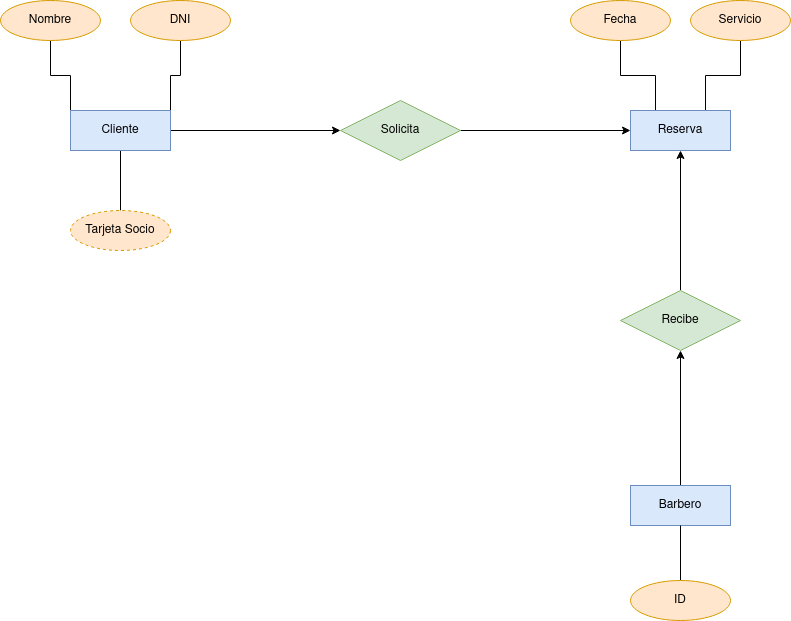
This is doc/Entidad relacion/ES-Modelo_entidad_relacion.drawio.png from colidom/proyecto-ets, a draw.io export, as it was before one commit. Source tidied: cells renumbered, new cells last; positions are measured from the earlier drawing's top-left corner, leaving out a move shared by most shapes. Source of this version:
```xml
<mxGraphModel>
  <root>
    <mxCell id="0" />
    <mxCell id="1" parent="0" />
    <mxCell id="2" style="edgeStyle=orthogonalEdgeStyle;rounded=0;jettySize=auto;html=1;exitX=1;exitY=0.5;exitDx=0;exitDy=0;entryX=0;entryY=0.5;entryDx=0;entryDy=0;" parent="1" edge="1" source="6" target="8">
      <mxGeometry relative="1" as="geometry" />
    </mxCell>
    <mxCell id="3" style="edgeStyle=orthogonalEdgeStyle;rounded=0;jettySize=auto;html=1;exitX=0;exitY=0;exitDx=0;exitDy=0;entryX=0.5;entryY=1;entryDx=0;entryDy=0;endArrow=none;endFill=0;" parent="1" edge="1" source="6" target="20">
      <mxGeometry relative="1" as="geometry" />
    </mxCell>
    <mxCell id="4" style="edgeStyle=orthogonalEdgeStyle;rounded=0;jettySize=auto;html=1;exitX=1;exitY=0;exitDx=0;exitDy=0;entryX=0.5;entryY=1;entryDx=0;entryDy=0;endArrow=none;endFill=0;" parent="1" edge="1" source="6" target="21">
      <mxGeometry relative="1" as="geometry" />
    </mxCell>
    <mxCell id="5" style="edgeStyle=orthogonalEdgeStyle;rounded=0;jettySize=auto;html=1;exitX=0.5;exitY=1;exitDx=0;exitDy=0;entryX=0.5;entryY=0;entryDx=0;entryDy=0;endArrow=none;endFill=0;" parent="1" edge="1" source="6" target="22">
      <mxGeometry relative="1" as="geometry" />
    </mxCell>
    <mxCell id="6" value="Cliente" style="whiteSpace=wrap;html=1;align=center;fillColor=#dae8fc;strokeColor=#6c8ebf;" parent="1" vertex="1">
      <mxGeometry x="70" y="110" width="100" height="40" as="geometry" />
    </mxCell>
    <mxCell id="7" style="edgeStyle=orthogonalEdgeStyle;rounded=0;jettySize=auto;html=1;exitX=1;exitY=0.5;exitDx=0;exitDy=0;entryX=0;entryY=0.5;entryDx=0;entryDy=0;" parent="1" edge="1" source="8" target="11">
      <mxGeometry relative="1" as="geometry" />
    </mxCell>
    <mxCell id="8" value="Solicita" style="shape=rhombus;perimeter=rhombusPerimeter;whiteSpace=wrap;html=1;align=center;fillColor=#d5e8d4;strokeColor=#82b366;" parent="1" vertex="1">
      <mxGeometry x="340" y="100" width="120" height="60" as="geometry" />
    </mxCell>
    <mxCell id="9" style="edgeStyle=orthogonalEdgeStyle;rounded=0;jettySize=auto;html=1;exitX=0.25;exitY=0;exitDx=0;exitDy=0;entryX=0.5;entryY=1;entryDx=0;entryDy=0;endArrow=none;endFill=0;" parent="1" edge="1" source="11" target="19">
      <mxGeometry relative="1" as="geometry" />
    </mxCell>
    <mxCell id="10" style="edgeStyle=orthogonalEdgeStyle;rounded=0;jettySize=auto;html=1;exitX=0.75;exitY=0;exitDx=0;exitDy=0;entryX=0.5;entryY=1;entryDx=0;entryDy=0;endArrow=none;endFill=0;" parent="1" edge="1" source="11" target="18">
      <mxGeometry relative="1" as="geometry" />
    </mxCell>
    <mxCell id="11" value="Reserva" style="whiteSpace=wrap;html=1;align=center;fillColor=#dae8fc;strokeColor=#6c8ebf;" parent="1" vertex="1">
      <mxGeometry x="630" y="110" width="100" height="40" as="geometry" />
    </mxCell>
    <mxCell id="12" style="edgeStyle=orthogonalEdgeStyle;rounded=0;jettySize=auto;html=1;exitX=0.5;exitY=0;exitDx=0;exitDy=0;entryX=0.5;entryY=1;entryDx=0;entryDy=0;" parent="1" edge="1" source="13" target="11">
      <mxGeometry relative="1" as="geometry" />
    </mxCell>
    <mxCell id="13" value="Recibe" style="shape=rhombus;perimeter=rhombusPerimeter;whiteSpace=wrap;html=1;align=center;fillColor=#d5e8d4;strokeColor=#82b366;" parent="1" vertex="1">
      <mxGeometry x="620" y="290" width="120" height="60" as="geometry" />
    </mxCell>
    <mxCell id="14" style="edgeStyle=orthogonalEdgeStyle;rounded=0;jettySize=auto;html=1;exitX=0.5;exitY=0;exitDx=0;exitDy=0;entryX=0.5;entryY=1;entryDx=0;entryDy=0;" parent="1" edge="1" source="15" target="13">
      <mxGeometry relative="1" as="geometry" />
    </mxCell>
    <mxCell id="15" value="Barbero" style="whiteSpace=wrap;html=1;align=center;fillColor=#dae8fc;strokeColor=#6c8ebf;" parent="1" vertex="1">
      <mxGeometry x="630" y="485" width="100" height="40" as="geometry" />
    </mxCell>
    <mxCell id="16" style="edgeStyle=orthogonalEdgeStyle;rounded=0;jettySize=auto;html=1;exitX=0.5;exitY=0;exitDx=0;exitDy=0;entryX=0.5;entryY=1;entryDx=0;entryDy=0;endArrow=none;endFill=0;" parent="1" edge="1" source="17" target="15">
      <mxGeometry relative="1" as="geometry" />
    </mxCell>
    <mxCell id="17" value="ID" style="ellipse;whiteSpace=wrap;html=1;align=center;fillColor=#ffe6cc;strokeColor=#d79b00;" parent="1" vertex="1">
      <mxGeometry x="630" y="580" width="100" height="40" as="geometry" />
    </mxCell>
    <mxCell id="18" value="Servicio" style="ellipse;whiteSpace=wrap;html=1;align=center;fillColor=#ffe6cc;strokeColor=#d79b00;" parent="1" vertex="1">
      <mxGeometry x="690" width="100" height="40" as="geometry" />
    </mxCell>
    <mxCell id="19" value="Fecha" style="ellipse;whiteSpace=wrap;html=1;align=center;fillColor=#ffe6cc;strokeColor=#d79b00;" parent="1" vertex="1">
      <mxGeometry x="570" width="100" height="40" as="geometry" />
    </mxCell>
    <mxCell id="20" value="Nombre" style="ellipse;whiteSpace=wrap;html=1;align=center;fillColor=#ffe6cc;strokeColor=#d79b00;" parent="1" vertex="1">
      <mxGeometry width="100" height="40" as="geometry" />
    </mxCell>
    <mxCell id="21" value="DNI" style="ellipse;whiteSpace=wrap;html=1;align=center;fillColor=#ffe6cc;strokeColor=#d79b00;" parent="1" vertex="1">
      <mxGeometry x="130" width="100" height="40" as="geometry" />
    </mxCell>
    <mxCell id="22" value="Tarjeta Socio" style="ellipse;whiteSpace=wrap;html=1;align=center;dashed=1;fillColor=#ffe6cc;strokeColor=#d79b00;" parent="1" vertex="1">
      <mxGeometry x="70" y="210" width="100" height="40" as="geometry" />
    </mxCell>
  </root>
</mxGraphModel>
```
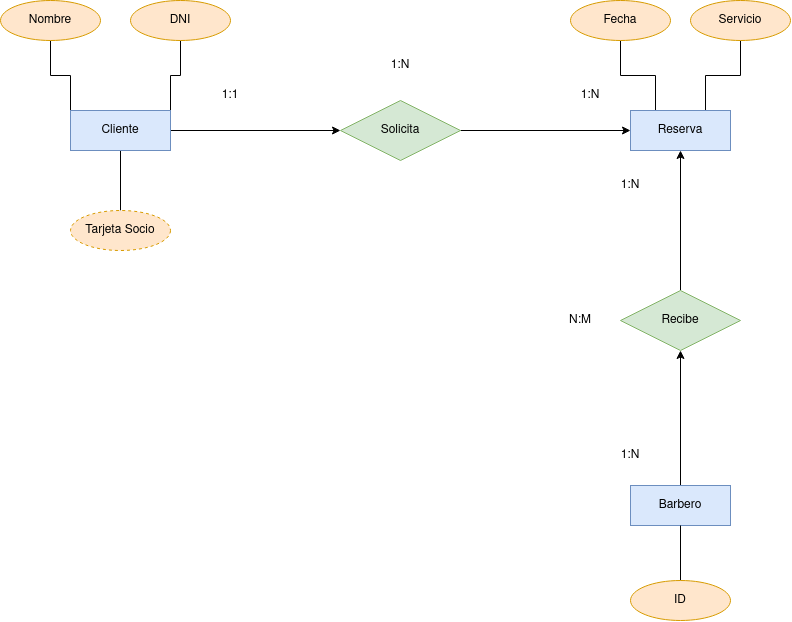
Above is the later version.

What changed in the source:
```diff
@@ -65,5 +65,23 @@
     <mxCell id="22" value="Tarjeta Socio" style="ellipse;whiteSpace=wrap;html=1;align=center;dashed=1;fillColor=#ffe6cc;strokeColor=#d79b00;" parent="1" vertex="1">
       <mxGeometry x="70" y="210" width="100" height="40" as="geometry" />
     </mxCell>
+    <mxCell id="23" value="1:N" style="text;html=1;strokeColor=none;fillColor=none;align=center;verticalAlign=middle;whiteSpace=wrap;rounded=0;" parent="1" vertex="1">
+      <mxGeometry x="560" y="80" width="60" height="30" as="geometry" />
+    </mxCell>
+    <mxCell id="24" value="1:1" style="text;html=1;strokeColor=none;fillColor=none;align=center;verticalAlign=middle;whiteSpace=wrap;rounded=0;" parent="1" vertex="1">
+      <mxGeometry x="200" y="80" width="60" height="30" as="geometry" />
+    </mxCell>
+    <mxCell id="25" value="1:N" style="text;html=1;strokeColor=none;fillColor=none;align=center;verticalAlign=middle;whiteSpace=wrap;rounded=0;" parent="1" vertex="1">
+      <mxGeometry x="600" y="170" width="60" height="30" as="geometry" />
+    </mxCell>
+    <mxCell id="26" value="1:N" style="text;html=1;strokeColor=none;fillColor=none;align=center;verticalAlign=middle;whiteSpace=wrap;rounded=0;" parent="1" vertex="1">
+      <mxGeometry x="370" y="50" width="60" height="30" as="geometry" />
+    </mxCell>
+    <mxCell id="27" value="1:N" style="text;html=1;strokeColor=none;fillColor=none;align=center;verticalAlign=middle;whiteSpace=wrap;rounded=0;" parent="1" vertex="1">
+      <mxGeometry x="600" y="440" width="60" height="30" as="geometry" />
+    </mxCell>
+    <mxCell id="28" value="N:M" style="text;html=1;strokeColor=none;fillColor=none;align=center;verticalAlign=middle;whiteSpace=wrap;rounded=0;" parent="1" vertex="1">
+      <mxGeometry x="550" y="305" width="60" height="30" as="geometry" />
+    </mxCell>
   </root>
 </mxGraphModel>
```
